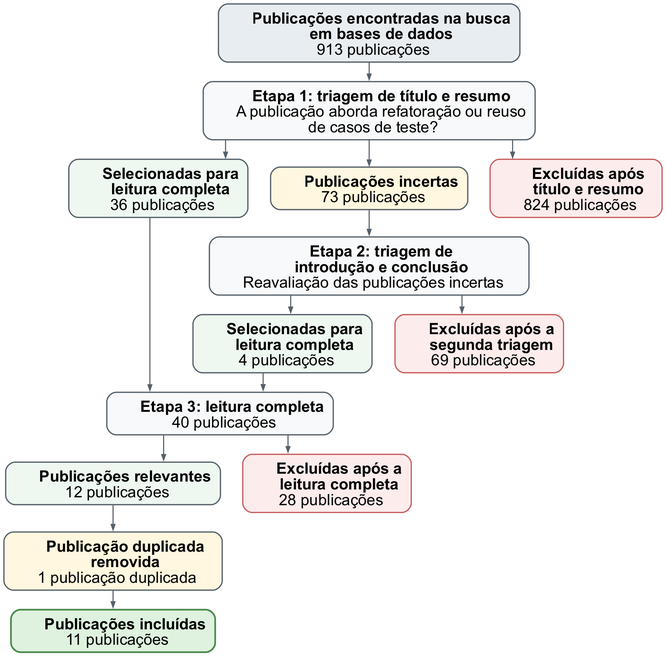
Above: figures/systematic-study.png in lucasPereira/qualification (Graphviz), before the change. Its source is kept beside it as figures/systematic-study.dot.
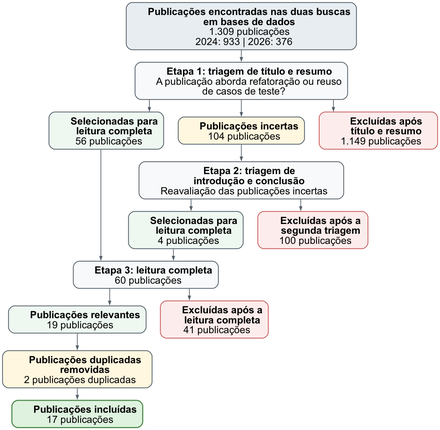
The same file after the commit.

Commit message:
Consolidate systematic study rounds and exclusion criteria

The edit, as a diff of the source:
```diff
@@ -32,9 +32,10 @@
   identified [
     fillcolor="#e8edf1",
     label=<
-      <B>Publicações encontradas na busca</B><BR/>
+      <B>Publicações encontradas nas duas buscas</B><BR/>
       <B>em bases de dados</B><BR/>
-      913 publicações
+      1.309 publicações<BR/>
+      2024: 933 | 2026: 376
     >
   ];
 
@@ -51,7 +52,7 @@
     label=<
       <B>Selecionadas para</B><BR/>
       <B>leitura completa</B><BR/>
-      36 publicações
+      56 publicações
     >
   ];
 
@@ -59,7 +60,7 @@
     fillcolor="#fff7df",
     label=<
       <B>Publicações incertas</B><BR/>
-      73 publicações
+      104 publicações
     >
   ];
 
@@ -69,7 +70,7 @@
     label=<
       <B>Excluídas após</B><BR/>
       <B>título e resumo</B><BR/>
-      824 publicações
+      1.149 publicações
     >
   ];
 
@@ -96,14 +97,14 @@
     label=<
       <B>Excluídas após a</B><BR/>
       <B>segunda triagem</B><BR/>
-      69 publicações
+      100 publicações
     >
   ];
 
   full_reading [
     label=<
       <B>Etapa 3: leitura completa</B><BR/>
-      40 publicações
+      60 publicações
     >
   ];
 
@@ -111,7 +112,7 @@
     fillcolor="#eef8f1",
     label=<
       <B>Publicações relevantes</B><BR/>
-      12 publicações
+      19 publicações
     >
   ];
 
@@ -121,16 +122,16 @@
     label=<
       <B>Excluídas após a</B><BR/>
       <B>leitura completa</B><BR/>
-      28 publicações
+      41 publicações
     >
   ];
 
   duplicates [
     fillcolor="#fff7df",
     label=<
-      <B>Publicação duplicada</B><BR/>
-      <B>removida</B><BR/>
-      1 publicação duplicada
+      <B>Publicações duplicadas</B><BR/>
+      <B>removidas</B><BR/>
+      2 publicações duplicadas
     >
   ];
 
@@ -140,7 +141,7 @@
     penwidth=2.2,
     label=<
       <B>Publicações incluídas</B><BR/>
-      11 publicações
+      17 publicações
     >
   ];
 
```
